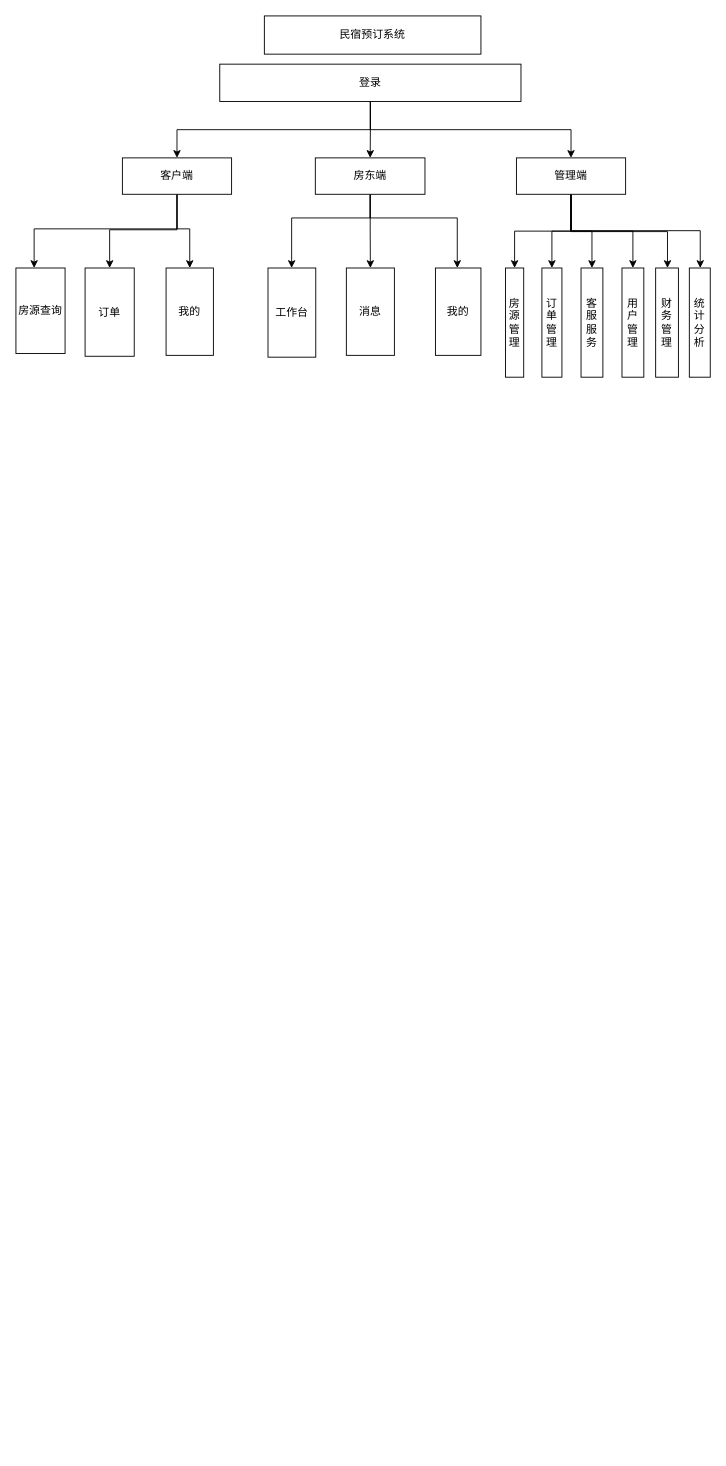
Earlier version of the draw.io diagram page "第 1 页" (1 of 2) of 未命名绘图.drawio (no1Alin/Ai-Quset-and-answer-assistant). Source tidied: cells renumbered, new cells numbered last; positions are measured from the earlier drawing's top-left corner, leaving out a move shared by most shapes. Both pictures are drawn from the tidied source at 91%, with x=0, y=0 at pixel (15, 15).
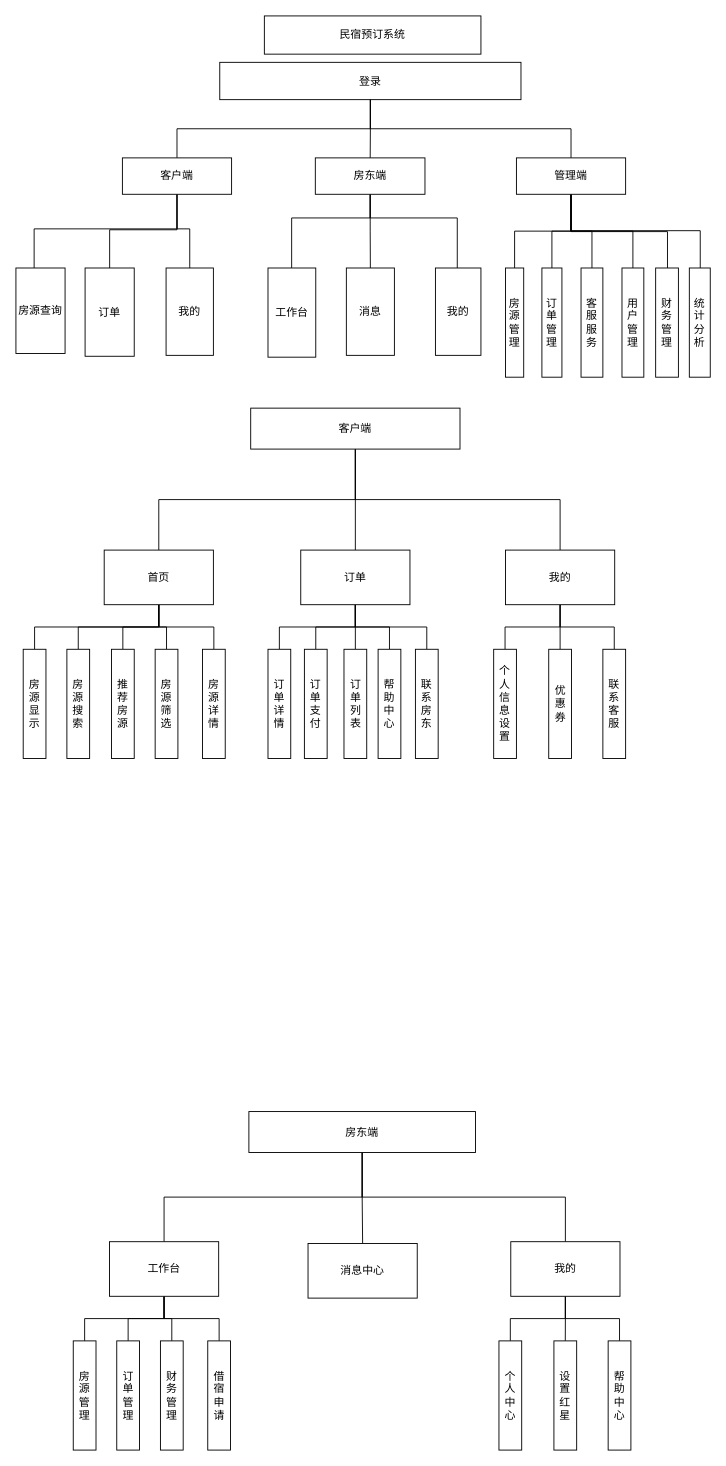
After the change.

Commit message (it also covers changes not shown here):
更新未命名绘图.drawio

The change refers to these unchanged cells:
```xml
<mxCell id="9" value="客户端" style="rounded=0;whiteSpace=wrap;html=1;" parent="1" vertex="1">
  <mxGeometry x="117" y="156" width="120" height="40" as="geometry" />
</mxCell>
<mxCell id="13" value="房东端" style="rounded=0;whiteSpace=wrap;html=1;" parent="1" vertex="1">
  <mxGeometry x="329" y="156" width="120.5" height="40" as="geometry" />
</mxCell>
<mxCell id="20" value="管理端" style="rounded=0;whiteSpace=wrap;html=1;" parent="1" vertex="1">
  <mxGeometry x="550" y="156" width="120" height="40" as="geometry" />
</mxCell>
<mxCell id="21" value="房源查询" style="rounded=0;whiteSpace=wrap;html=1;direction=south;" parent="1" vertex="1">
  <mxGeometry y="277" width="54" height="94" as="geometry" />
</mxCell>
<mxCell id="22" value="我的" style="rounded=0;whiteSpace=wrap;html=1;direction=south;" parent="1" vertex="1">
  <mxGeometry x="165" y="277" width="52" height="96" as="geometry" />
</mxCell>
<mxCell id="23" value="订单" style="rounded=0;whiteSpace=wrap;html=1;direction=south;" parent="1" vertex="1">
  <mxGeometry x="76" y="277" width="54" height="97" as="geometry" />
</mxCell>
<mxCell id="24" value="工作台" style="rounded=0;whiteSpace=wrap;html=1;direction=south;" parent="1" vertex="1">
  <mxGeometry x="277" y="277" width="52.5" height="98" as="geometry" />
</mxCell>
<mxCell id="25" value="我的" style="rounded=0;whiteSpace=wrap;html=1;direction=south;" parent="1" vertex="1">
  <mxGeometry x="461" y="277" width="50" height="96" as="geometry" />
</mxCell>
<mxCell id="26" value="消息" style="rounded=0;whiteSpace=wrap;html=1;direction=south;" parent="1" vertex="1">
  <mxGeometry x="363.1" y="277" width="52.8" height="96" as="geometry" />
</mxCell>
<mxCell id="28" value="订单管理" style="rounded=0;whiteSpace=wrap;html=1;direction=south;" parent="1" vertex="1">
  <mxGeometry x="578" y="277" width="22" height="120" as="geometry" />
</mxCell>
<mxCell id="29" value="财务管理" style="rounded=0;whiteSpace=wrap;html=1;direction=south;" parent="1" vertex="1">
  <mxGeometry x="703" y="277" width="25" height="120" as="geometry" />
</mxCell>
<mxCell id="30" value="用户管理" style="rounded=0;whiteSpace=wrap;html=1;direction=south;" parent="1" vertex="1">
  <mxGeometry x="666" y="277" width="24" height="120" as="geometry" />
</mxCell>
<mxCell id="31" value="房源管理" style="rounded=0;whiteSpace=wrap;html=1;direction=south;" parent="1" vertex="1">
  <mxGeometry x="538" y="277" width="20" height="120" as="geometry" />
</mxCell>
<mxCell id="32" value="客服服务" style="rounded=0;whiteSpace=wrap;html=1;direction=south;" parent="1" vertex="1">
  <mxGeometry x="621" y="277" width="24" height="120" as="geometry" />
</mxCell>
<mxCell id="33" value="统计分析" style="rounded=0;whiteSpace=wrap;html=1;direction=south;" parent="1" vertex="1">
  <mxGeometry x="740" y="277" width="23" height="120" as="geometry" />
</mxCell>
```

Change to the diagram source:
```diff
@@
-    <mxCell id="2" style="edgeStyle=orthogonalEdgeStyle;rounded=0;jettySize=auto;html=1;" parent="1" edge="1" source="5" target="13">
+    <mxCell id="2" style="rounded=0;jettySize=auto;html=1;edgeStyle=orthogonalEdgeStyle;endArrow=none;startFill=0;" parent="1" edge="1" source="5" target="13">
       <mxGeometry relative="1" as="geometry" />
     </mxCell>
-    <mxCell id="3" style="edgeStyle=orthogonalEdgeStyle;rounded=0;jettySize=auto;html=1;" parent="1" edge="1" source="5" target="9">
+    <mxCell id="3" style="edgeStyle=orthogonalEdgeStyle;rounded=0;jettySize=auto;html=1;endArrow=none;startFill=0;" parent="1" edge="1" source="5" target="9">
       <mxGeometry relative="1" as="geometry" />
     </mxCell>
-    <mxCell id="4" style="edgeStyle=orthogonalEdgeStyle;rounded=0;jettySize=auto;html=1;" parent="1" edge="1" source="5" target="20">
+    <mxCell id="4" style="rounded=0;jettySize=auto;html=1;edgeStyle=orthogonalEdgeStyle;strokeColor=default;endArrow=none;startFill=0;" parent="1" edge="1" source="5" target="20">
       <mxGeometry relative="1" as="geometry" />
     </mxCell>
     <mxCell id="5" value="登录" style="rounded=0;whiteSpace=wrap;html=1;fillColor=none;" parent="1" vertex="1">
-      <mxGeometry x="224" y="53" width="331" height="41" as="geometry" />
+      <mxGeometry x="224" y="51" width="331" height="41" as="geometry" />
     </mxCell>
-    <mxCell id="6" style="edgeStyle=orthogonalEdgeStyle;rounded=0;jettySize=auto;html=1;" parent="1" edge="1" source="9" target="21">
+    <mxCell id="6" style="edgeStyle=orthogonalEdgeStyle;rounded=0;jettySize=auto;html=1;endArrow=none;startFill=0;" parent="1" edge="1" source="9" target="21">
       <mxGeometry relative="1" as="geometry">
         <Array as="points">
           <mxPoint x="177" y="234" />
           <mxPoint x="20" y="234" />
         </Array>
       </mxGeometry>
     </mxCell>
-    <mxCell id="7" style="edgeStyle=orthogonalEdgeStyle;rounded=0;jettySize=auto;html=1;" parent="1" edge="1" source="9" target="23">
+    <mxCell id="7" style="edgeStyle=orthogonalEdgeStyle;rounded=0;jettySize=auto;html=1;endArrow=none;startFill=0;" parent="1" edge="1" source="9" target="23">
       <mxGeometry relative="1" as="geometry">
         <Array as="points">
           <mxPoint x="177" y="235" />
           <mxPoint x="103" y="235" />
         </Array>
       </mxGeometry>
     </mxCell>
-    <mxCell id="8" style="edgeStyle=orthogonalEdgeStyle;rounded=0;jettySize=auto;html=1;entryX=0;entryY=0.5;entryDx=0;entryDy=0;" parent="1" edge="1" source="9" target="22">
+    <mxCell id="8" style="edgeStyle=orthogonalEdgeStyle;rounded=0;jettySize=auto;html=1;entryX=0;entryY=0.5;entryDx=0;entryDy=0;endArrow=none;startFill=0;" parent="1" edge="1" source="9" target="22">
       <mxGeometry relative="1" as="geometry">
         <Array as="points">
           <mxPoint x="177" y="234" />
           <mxPoint x="191" y="234" />
           <mxPoint x="191" y="275" />
         </Array>
       </mxGeometry>
     </mxCell>
@@
-    <mxCell id="10" style="edgeStyle=orthogonalEdgeStyle;rounded=0;jettySize=auto;html=1;" parent="1" edge="1" source="13" target="24">
+    <mxCell id="10" style="edgeStyle=orthogonalEdgeStyle;rounded=0;jettySize=auto;html=1;endArrow=none;startFill=0;" parent="1" edge="1" source="13" target="24">
       <mxGeometry relative="1" as="geometry">
         <Array as="points">
           <mxPoint x="390" y="222" />
           <mxPoint x="303" y="222" />
         </Array>
       </mxGeometry>
     </mxCell>
-    <mxCell id="11" style="edgeStyle=orthogonalEdgeStyle;rounded=0;jettySize=auto;html=1;" parent="1" edge="1" source="13" target="26">
+    <mxCell id="11" style="edgeStyle=orthogonalEdgeStyle;rounded=0;jettySize=auto;html=1;endArrow=none;startFill=0;" parent="1" edge="1" source="13" target="26">
       <mxGeometry relative="1" as="geometry" />
     </mxCell>
-    <mxCell id="12" style="edgeStyle=orthogonalEdgeStyle;rounded=0;jettySize=auto;html=1;" parent="1" edge="1" source="13" target="25">
+    <mxCell id="12" style="edgeStyle=orthogonalEdgeStyle;rounded=0;jettySize=auto;html=1;endArrow=none;startFill=0;" parent="1" edge="1" source="13" target="25">
       <mxGeometry relative="1" as="geometry">
         <Array as="points">
           <mxPoint x="390" y="222" />
           <mxPoint x="485" y="222" />
         </Array>
       </mxGeometry>
     </mxCell>
@@
-    <mxCell id="14" style="edgeStyle=orthogonalEdgeStyle;rounded=0;jettySize=auto;html=1;" parent="1" edge="1" source="20" target="31">
+    <mxCell id="14" style="edgeStyle=orthogonalEdgeStyle;rounded=0;jettySize=auto;html=1;endArrow=none;startFill=0;" parent="1" edge="1" source="20" target="31">
       <mxGeometry relative="1" as="geometry" />
     </mxCell>
-    <mxCell id="15" style="edgeStyle=orthogonalEdgeStyle;rounded=0;jettySize=auto;html=1;" parent="1" edge="1" source="20" target="28">
+    <mxCell id="15" style="edgeStyle=orthogonalEdgeStyle;rounded=0;jettySize=auto;html=1;endArrow=none;startFill=0;" parent="1" edge="1" source="20" target="28">
       <mxGeometry relative="1" as="geometry" />
     </mxCell>
-    <mxCell id="16" style="edgeStyle=orthogonalEdgeStyle;rounded=0;jettySize=auto;html=1;" parent="1" edge="1" source="20" target="32">
+    <mxCell id="16" style="edgeStyle=orthogonalEdgeStyle;rounded=0;jettySize=auto;html=1;endArrow=none;startFill=0;" parent="1" edge="1" source="20" target="32">
       <mxGeometry relative="1" as="geometry" />
     </mxCell>
-    <mxCell id="17" style="edgeStyle=orthogonalEdgeStyle;rounded=0;jettySize=auto;html=1;" parent="1" edge="1" source="20" target="30">
+    <mxCell id="17" style="edgeStyle=orthogonalEdgeStyle;rounded=0;jettySize=auto;html=1;endArrow=none;startFill=0;" parent="1" edge="1" source="20" target="30">
       <mxGeometry relative="1" as="geometry" />
     </mxCell>
-    <mxCell id="18" style="edgeStyle=orthogonalEdgeStyle;rounded=0;jettySize=auto;html=1;" parent="1" edge="1" source="20" target="29">
+    <mxCell id="18" style="edgeStyle=orthogonalEdgeStyle;rounded=0;jettySize=auto;html=1;endArrow=none;startFill=0;" parent="1" edge="1" source="20" target="29">
       <mxGeometry relative="1" as="geometry">
         <Array as="points">
           <mxPoint x="610" y="237" />
           <mxPoint x="716" y="237" />
         </Array>
       </mxGeometry>
     </mxCell>
-    <mxCell id="19" style="edgeStyle=orthogonalEdgeStyle;rounded=0;jettySize=auto;html=1;" parent="1" edge="1" source="20" target="33">
+    <mxCell id="19" style="edgeStyle=orthogonalEdgeStyle;rounded=0;jettySize=auto;html=1;endArrow=none;startFill=0;" parent="1" edge="1" source="20" target="33">
       <mxGeometry relative="1" as="geometry">
         <Array as="points">
           <mxPoint x="610" y="236" />
           <mxPoint x="752" y="236" />
         </Array>
       </mxGeometry>
     </mxCell>
@@
+    <mxCell id="34" style="edgeStyle=orthogonalEdgeStyle;rounded=0;jettySize=auto;html=1;exitX=0.5;exitY=1;exitDx=0;exitDy=0;endArrow=none;endFill=1;startFill=0;" parent="1" edge="1" source="37" target="47">
+      <mxGeometry relative="1" as="geometry" />
+    </mxCell>
+    <mxCell id="35" style="edgeStyle=orthogonalEdgeStyle;rounded=0;jettySize=auto;html=1;exitX=0.5;exitY=1;exitDx=0;exitDy=0;endArrow=none;startFill=0;" parent="1" edge="1" source="37" target="53">
+      <mxGeometry relative="1" as="geometry" />
+    </mxCell>
+    <mxCell id="36" style="edgeStyle=orthogonalEdgeStyle;rounded=0;jettySize=auto;html=1;exitX=0.5;exitY=1;exitDx=0;exitDy=0;endArrow=none;startFill=0;" parent="1" edge="1" source="37" target="41">
+      <mxGeometry relative="1" as="geometry" />
+    </mxCell>
+    <mxCell id="37" value="客户端" style="rounded=0;whiteSpace=wrap;html=1;" parent="1" vertex="1">
+      <mxGeometry x="258" y="431" width="230" height="45" as="geometry" />
+    </mxCell>
+    <mxCell id="38" style="edgeStyle=orthogonalEdgeStyle;rounded=0;jettySize=auto;html=1;exitX=0.5;exitY=1;exitDx=0;exitDy=0;entryX=0;entryY=0.5;entryDx=0;entryDy=0;endArrow=none;startFill=0;" parent="1" edge="1" source="41" target="55">
+      <mxGeometry relative="1" as="geometry" />
+    </mxCell>
+    <mxCell id="39" style="edgeStyle=orthogonalEdgeStyle;rounded=0;jettySize=auto;html=1;exitX=0.5;exitY=1;exitDx=0;exitDy=0;endArrow=none;startFill=0;" parent="1" edge="1" source="41" target="61">
+      <mxGeometry relative="1" as="geometry" />
+    </mxCell>
+    <mxCell id="40" style="edgeStyle=orthogonalEdgeStyle;rounded=0;jettySize=auto;html=1;exitX=0.5;exitY=1;exitDx=0;exitDy=0;endArrow=none;startFill=0;" parent="1" edge="1" source="41" target="64">
+      <mxGeometry relative="1" as="geometry" />
+    </mxCell>
+    <mxCell id="41" value="我的" style="rounded=0;whiteSpace=wrap;html=1;" parent="1" vertex="1">
+      <mxGeometry x="538" y="587" width="120" height="60" as="geometry" />
+    </mxCell>
+    <mxCell id="42" style="edgeStyle=orthogonalEdgeStyle;rounded=0;jettySize=auto;html=1;exitX=0.5;exitY=1;exitDx=0;exitDy=0;entryX=0.5;entryY=0;entryDx=0;entryDy=0;endArrow=none;startFill=0;" parent="1" edge="1" source="47" target="62">
+      <mxGeometry relative="1" as="geometry" />
+    </mxCell>
+    <mxCell id="43" style="edgeStyle=orthogonalEdgeStyle;rounded=0;jettySize=auto;html=1;exitX=0.5;exitY=1;exitDx=0;exitDy=0;entryX=0;entryY=0.5;entryDx=0;entryDy=0;endArrow=none;startFill=0;" parent="1" edge="1" source="47" target="56">
+      <mxGeometry relative="1" as="geometry" />
+    </mxCell>
+    <mxCell id="44" style="edgeStyle=orthogonalEdgeStyle;rounded=0;jettySize=auto;html=1;exitX=0.5;exitY=1;exitDx=0;exitDy=0;entryX=0.5;entryY=0;entryDx=0;entryDy=0;endArrow=none;startFill=0;" parent="1" edge="1" source="47" target="65">
+      <mxGeometry relative="1" as="geometry" />
+    </mxCell>
+    <mxCell id="45" style="edgeStyle=orthogonalEdgeStyle;rounded=0;jettySize=auto;html=1;exitX=0.5;exitY=1;exitDx=0;exitDy=0;endSize=6;endArrow=none;startFill=0;" parent="1" edge="1" source="47" target="57">
+      <mxGeometry relative="1" as="geometry" />
+    </mxCell>
+    <mxCell id="46" style="edgeStyle=orthogonalEdgeStyle;rounded=0;jettySize=auto;html=1;exitX=0.5;exitY=1;exitDx=0;exitDy=0;entryX=0.5;entryY=0;entryDx=0;entryDy=0;endArrow=none;startFill=0;" parent="1" edge="1" source="47" target="66">
+      <mxGeometry relative="1" as="geometry" />
+    </mxCell>
+    <mxCell id="47" value="订单" style="rounded=0;whiteSpace=wrap;html=1;" parent="1" vertex="1">
+      <mxGeometry x="313" y="587" width="120" height="60" as="geometry" />
+    </mxCell>
+    <mxCell id="48" style="edgeStyle=orthogonalEdgeStyle;rounded=0;jettySize=auto;html=1;exitX=0.5;exitY=1;exitDx=0;exitDy=0;endArrow=none;startFill=0;" parent="1" edge="1" source="53" target="60">
+      <mxGeometry relative="1" as="geometry" />
+    </mxCell>
+    <mxCell id="49" style="edgeStyle=orthogonalEdgeStyle;rounded=0;jettySize=auto;html=1;exitX=0.5;exitY=1;exitDx=0;exitDy=0;endArrow=none;startFill=0;" parent="1" edge="1" source="53" target="59">
+      <mxGeometry relative="1" as="geometry" />
+    </mxCell>
+    <mxCell id="50" style="edgeStyle=orthogonalEdgeStyle;rounded=0;jettySize=auto;html=1;exitX=0.5;exitY=1;exitDx=0;exitDy=0;endArrow=none;startFill=0;" parent="1" edge="1" source="53" target="58">
+      <mxGeometry relative="1" as="geometry" />
+    </mxCell>
+    <mxCell id="51" style="edgeStyle=orthogonalEdgeStyle;rounded=0;jettySize=auto;html=1;exitX=0.5;exitY=1;exitDx=0;exitDy=0;endArrow=none;startFill=0;" parent="1" edge="1" source="53" target="54">
+      <mxGeometry relative="1" as="geometry" />
+    </mxCell>
+    <mxCell id="52" style="edgeStyle=orthogonalEdgeStyle;rounded=0;jettySize=auto;html=1;exitX=0.5;exitY=1;exitDx=0;exitDy=0;entryX=0.5;entryY=0;entryDx=0;entryDy=0;endArrow=none;startFill=0;" parent="1" edge="1" source="53" target="63">
+      <mxGeometry relative="1" as="geometry" />
+    </mxCell>
+    <mxCell id="53" value="首页" style="rounded=0;whiteSpace=wrap;html=1;" parent="1" vertex="1">
+      <mxGeometry x="97" y="587" width="120" height="60" as="geometry" />
+    </mxCell>
+    <mxCell id="54" value="房源筛选" style="rounded=0;whiteSpace=wrap;html=1;direction=south;" parent="1" vertex="1">
+      <mxGeometry x="153" y="696" width="25" height="120" as="geometry" />
+    </mxCell>
+    <mxCell id="55" value="个人信息设置" style="rounded=0;whiteSpace=wrap;html=1;direction=south;" parent="1" vertex="1">
+      <mxGeometry x="525" y="696" width="25" height="120" as="geometry" />
+    </mxCell>
+    <mxCell id="56" value="订单支付" style="rounded=0;whiteSpace=wrap;html=1;direction=south;" parent="1" vertex="1">
+      <mxGeometry x="317" y="696" width="25" height="120" as="geometry" />
+    </mxCell>
+    <mxCell id="57" value="帮助中心" style="rounded=0;whiteSpace=wrap;html=1;direction=south;" parent="1" vertex="1">
+      <mxGeometry x="398" y="696" width="25" height="120" as="geometry" />
+    </mxCell>
+    <mxCell id="58" value="推荐房源" style="rounded=0;whiteSpace=wrap;html=1;direction=south;" parent="1" vertex="1">
+      <mxGeometry x="105" y="696" width="25" height="120" as="geometry" />
+    </mxCell>
+    <mxCell id="59" value="房源搜索" style="rounded=0;whiteSpace=wrap;html=1;direction=south;" parent="1" vertex="1">
+      <mxGeometry x="56" y="696" width="25" height="120" as="geometry" />
+    </mxCell>
+    <mxCell id="60" value="房源显示" style="rounded=0;whiteSpace=wrap;html=1;direction=south;" parent="1" vertex="1">
+      <mxGeometry x="8" y="696" width="25" height="120" as="geometry" />
+    </mxCell>
+    <mxCell id="61" value="优惠券" style="rounded=0;whiteSpace=wrap;html=1;direction=south;" parent="1" vertex="1">
+      <mxGeometry x="585.5" y="696" width="25" height="120" as="geometry" />
+    </mxCell>
+    <mxCell id="62" value="订单详情" style="rounded=0;whiteSpace=wrap;html=1;" parent="1" vertex="1">
+      <mxGeometry x="277" y="696" width="25" height="120" as="geometry" />
+    </mxCell>
+    <mxCell id="63" value="房源详情" style="rounded=0;whiteSpace=wrap;html=1;" parent="1" vertex="1">
+      <mxGeometry x="205" y="696" width="25" height="120" as="geometry" />
+    </mxCell>
+    <mxCell id="64" value="联系客服" style="rounded=0;whiteSpace=wrap;html=1;direction=south;" parent="1" vertex="1">
+      <mxGeometry x="645" y="696" width="25" height="120" as="geometry" />
+    </mxCell>
+    <mxCell id="65" value="订单列表" style="rounded=0;whiteSpace=wrap;html=1;" parent="1" vertex="1">
+      <mxGeometry x="360.5" y="696" width="25" height="120" as="geometry" />
+    </mxCell>
+    <mxCell id="66" value="联系房东" style="rounded=0;whiteSpace=wrap;html=1;" parent="1" vertex="1">
+      <mxGeometry x="439" y="696" width="25" height="120" as="geometry" />
+    </mxCell>
+    <mxCell id="67" style="edgeStyle=orthogonalEdgeStyle;rounded=0;jettySize=auto;html=1;exitX=0.5;exitY=1;exitDx=0;exitDy=0;endArrow=none;startFill=0;" parent="1" edge="1" source="70" target="75">
+      <mxGeometry relative="1" as="geometry" />
+    </mxCell>
+    <mxCell id="68" style="edgeStyle=orthogonalEdgeStyle;rounded=0;jettySize=auto;html=1;exitX=0.5;exitY=1;exitDx=0;exitDy=0;endArrow=none;startFill=0;" parent="1" edge="1" source="70" target="80">
+      <mxGeometry relative="1" as="geometry" />
+    </mxCell>
+    <mxCell id="69" style="edgeStyle=orthogonalEdgeStyle;rounded=0;jettySize=auto;html=1;exitX=0.5;exitY=1;exitDx=0;exitDy=0;endArrow=none;startFill=0;" parent="1" edge="1" source="70" target="74">
+      <mxGeometry relative="1" as="geometry" />
+    </mxCell>
+    <mxCell id="70" value="房东端" style="whiteSpace=wrap;html=1;" parent="1" vertex="1">
+      <mxGeometry x="256" y="1204" width="249" height="45" as="geometry" />
+    </mxCell>
+    <mxCell id="71" style="edgeStyle=orthogonalEdgeStyle;rounded=0;jettySize=auto;html=1;exitX=0.5;exitY=1;exitDx=0;exitDy=0;entryX=0;entryY=0.5;entryDx=0;entryDy=0;endArrow=none;startFill=0;" parent="1" edge="1" source="74" target="82">
+      <mxGeometry relative="1" as="geometry" />
+    </mxCell>
+    <mxCell id="72" style="edgeStyle=orthogonalEdgeStyle;rounded=0;jettySize=auto;html=1;exitX=0.5;exitY=1;exitDx=0;exitDy=0;endArrow=none;startFill=0;" parent="1" edge="1" source="74" target="84">
+      <mxGeometry relative="1" as="geometry" />
+    </mxCell>
+    <mxCell id="73" style="edgeStyle=orthogonalEdgeStyle;rounded=0;jettySize=auto;html=1;exitX=0.5;exitY=1;exitDx=0;exitDy=0;endArrow=none;startFill=0;" parent="1" edge="1" source="74" target="86">
+      <mxGeometry relative="1" as="geometry" />
+    </mxCell>
+    <mxCell id="74" value="我的" style="rounded=0;whiteSpace=wrap;html=1;" parent="1" vertex="1">
+      <mxGeometry x="543.8" y="1347" width="120" height="60" as="geometry" />
+    </mxCell>
+    <mxCell id="75" value="消息中心" style="rounded=0;whiteSpace=wrap;html=1;" parent="1" vertex="1">
+      <mxGeometry x="321" y="1349" width="120" height="60" as="geometry" />
+    </mxCell>
+    <mxCell id="76" style="edgeStyle=orthogonalEdgeStyle;rounded=0;jettySize=auto;html=1;exitX=0.5;exitY=1;exitDx=0;exitDy=0;endArrow=none;startFill=0;" parent="1" edge="1" source="80" target="83">
+      <mxGeometry relative="1" as="geometry" />
+    </mxCell>
+    <mxCell id="77" style="edgeStyle=orthogonalEdgeStyle;rounded=0;jettySize=auto;html=1;exitX=0.5;exitY=1;exitDx=0;exitDy=0;endArrow=none;startFill=0;" parent="1" edge="1" source="80" target="81">
+      <mxGeometry relative="1" as="geometry" />
+    </mxCell>
+    <mxCell id="78" style="edgeStyle=orthogonalEdgeStyle;rounded=0;jettySize=auto;html=1;exitX=0.5;exitY=1;exitDx=0;exitDy=0;entryX=0.5;entryY=0;entryDx=0;entryDy=0;endArrow=none;startFill=0;" parent="1" edge="1" source="80" target="85">
+      <mxGeometry relative="1" as="geometry" />
+    </mxCell>
+    <mxCell id="79" style="edgeStyle=orthogonalEdgeStyle;rounded=0;jettySize=auto;html=1;exitX=0.5;exitY=1;exitDx=0;exitDy=0;entryX=0;entryY=0.5;entryDx=0;entryDy=0;endArrow=none;startFill=0;" parent="1" edge="1" source="80" target="87">
+      <mxGeometry relative="1" as="geometry" />
+    </mxCell>
+    <mxCell id="80" value="工作台" style="rounded=0;whiteSpace=wrap;html=1;" parent="1" vertex="1">
+      <mxGeometry x="102.8" y="1347" width="120" height="60" as="geometry" />
+    </mxCell>
+    <mxCell id="81" value="财务管理" style="rounded=0;whiteSpace=wrap;html=1;direction=south;" parent="1" vertex="1">
+      <mxGeometry x="158.8" y="1456" width="25" height="120" as="geometry" />
+    </mxCell>
+    <mxCell id="82" value="个人中心" style="rounded=0;whiteSpace=wrap;html=1;direction=south;" parent="1" vertex="1">
+      <mxGeometry x="530.8" y="1456" width="25" height="120" as="geometry" />
+    </mxCell>
+    <mxCell id="83" value="订单管理" style="rounded=0;whiteSpace=wrap;html=1;direction=south;" parent="1" vertex="1">
+      <mxGeometry x="110.8" y="1456" width="25" height="120" as="geometry" />
+    </mxCell>
+    <mxCell id="84" value="设置红星" style="rounded=0;whiteSpace=wrap;html=1;direction=south;" parent="1" vertex="1">
+      <mxGeometry x="591.2" y="1456" width="25" height="120" as="geometry" />
+    </mxCell>
+    <mxCell id="85" value="借宿申请" style="rounded=0;whiteSpace=wrap;html=1;" parent="1" vertex="1">
+      <mxGeometry x="210.8" y="1456" width="25" height="120" as="geometry" />
+    </mxCell>
+    <mxCell id="86" value="帮助中心" style="rounded=0;whiteSpace=wrap;html=1;direction=south;" parent="1" vertex="1">
+      <mxGeometry x="650.8" y="1456" width="25" height="120" as="geometry" />
+    </mxCell>
+    <mxCell id="87" value="房源管理" style="rounded=0;whiteSpace=wrap;html=1;direction=south;" parent="1" vertex="1">
+      <mxGeometry x="63" y="1456" width="25" height="120" as="geometry" />
+    </mxCell>
```
